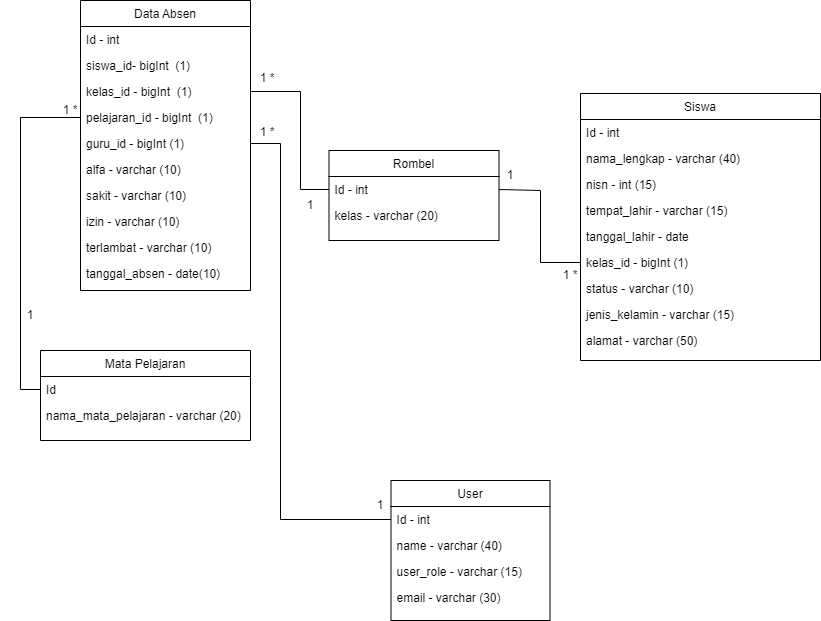
This is Untitled Diagram.drawio.png from danangsptro/SI_ABSEN, a draw.io export, as it was before one commit. Source tidied: cells renumbered, new cells last; positions are measured from the earlier drawing's top-left corner, leaving out a move shared by most shapes.
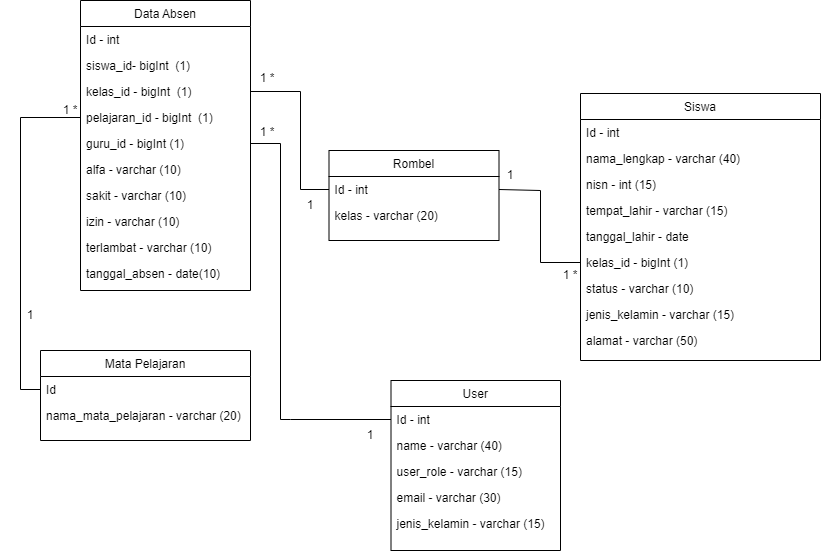
The same file after the commit.

Change to the diagram source:
```diff
@@ -3,20 +3,23 @@
     <mxCell id="0" />
     <mxCell id="1" parent="0" />
     <mxCell id="2" value="User" style="swimlane;fontStyle=0;align=center;verticalAlign=top;horizontal=1;startSize=26;rounded=0;shadow=0;strokeWidth=1;" parent="1" vertex="1">
-      <mxGeometry x="390.5" y="480" width="159" height="140" as="geometry" />
+      <mxGeometry x="390.5" y="380" width="169.5" height="170" as="geometry" />
     </mxCell>
     <mxCell id="3" value="Id - int" style="text;align=left;verticalAlign=top;spacingLeft=4;spacingRight=4;overflow=hidden;points=[[0,0.5],[1,0.5]];portConstraint=eastwest;" parent="2" vertex="1">
-      <mxGeometry y="26" width="159" height="26" as="geometry" />
+      <mxGeometry y="26" width="169.5" height="26" as="geometry" />
     </mxCell>
     <mxCell id="4" value="name - varchar (40)" style="text;align=left;verticalAlign=top;spacingLeft=4;spacingRight=4;overflow=hidden;" parent="2" vertex="1">
-      <mxGeometry y="52" width="159" height="26" as="geometry" />
+      <mxGeometry y="52" width="169.5" height="26" as="geometry" />
     </mxCell>
     <mxCell id="5" value="user_role - varchar (15)" style="text;align=left;verticalAlign=top;spacingLeft=4;spacingRight=4;overflow=hidden;" parent="2" vertex="1">
-      <mxGeometry y="78" width="159" height="26" as="geometry" />
+      <mxGeometry y="78" width="169.5" height="26" as="geometry" />
     </mxCell>
     <mxCell id="6" value="email - varchar (30)" style="text;align=left;verticalAlign=top;spacingLeft=4;spacingRight=4;overflow=hidden;" parent="2" vertex="1">
-      <mxGeometry y="104" width="159" height="26" as="geometry" />
+      <mxGeometry y="104" width="169.5" height="26" as="geometry" />
     </mxCell>
+    <mxCell id="46" value="jenis_kelamin - varchar (15)" style="text;align=left;verticalAlign=top;spacingLeft=4;spacingRight=4;overflow=hidden;" parent="2" vertex="1">
+      <mxGeometry y="130" width="169.5" height="26" as="geometry" />
+    </mxCell>
     <mxCell id="7" value="Rombel" style="swimlane;fontStyle=0;align=center;verticalAlign=top;horizontal=1;startSize=26;rounded=0;shadow=0;strokeWidth=1;" parent="1" vertex="1">
       <mxGeometry x="328.5" y="150" width="170" height="90" as="geometry" />
     </mxCell>
@@ -110,12 +113,13 @@
       <mxGeometry relative="1" as="geometry">
         <Array as="points">
           <mxPoint x="280" y="143" />
-          <mxPoint x="280" y="519" />
+          <mxPoint x="280" y="419" />
+          <mxPoint x="290" y="419" />
         </Array>
       </mxGeometry>
     </mxCell>
     <mxCell id="36" value="1" style="text;html=1;strokeColor=none;fillColor=none;align=center;verticalAlign=middle;whiteSpace=wrap;rounded=0;" parent="1" vertex="1">
-      <mxGeometry x="350" y="490" width="60" height="30" as="geometry" />
+      <mxGeometry x="340" y="420" width="60" height="30" as="geometry" />
     </mxCell>
     <mxCell id="37" value="1 *" style="text;html=1;strokeColor=none;fillColor=none;align=center;verticalAlign=middle;whiteSpace=wrap;rounded=0;" parent="1" vertex="1">
       <mxGeometry x="237" y="117" width="60" height="30" as="geometry" />
```
